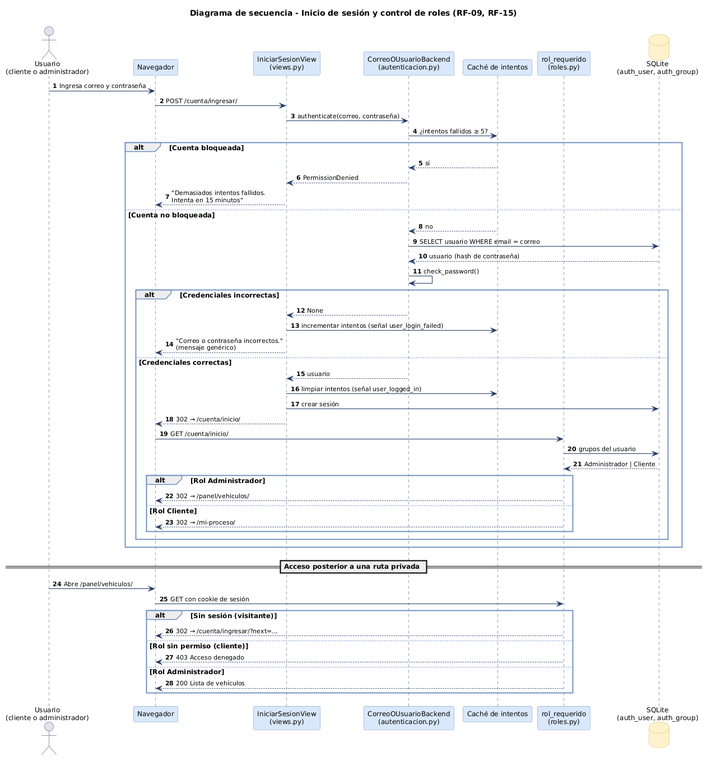
Above: docs/uml/4_secuencia_login_roles.png in N4SL7/duart-studio (PlantUML), before the change.
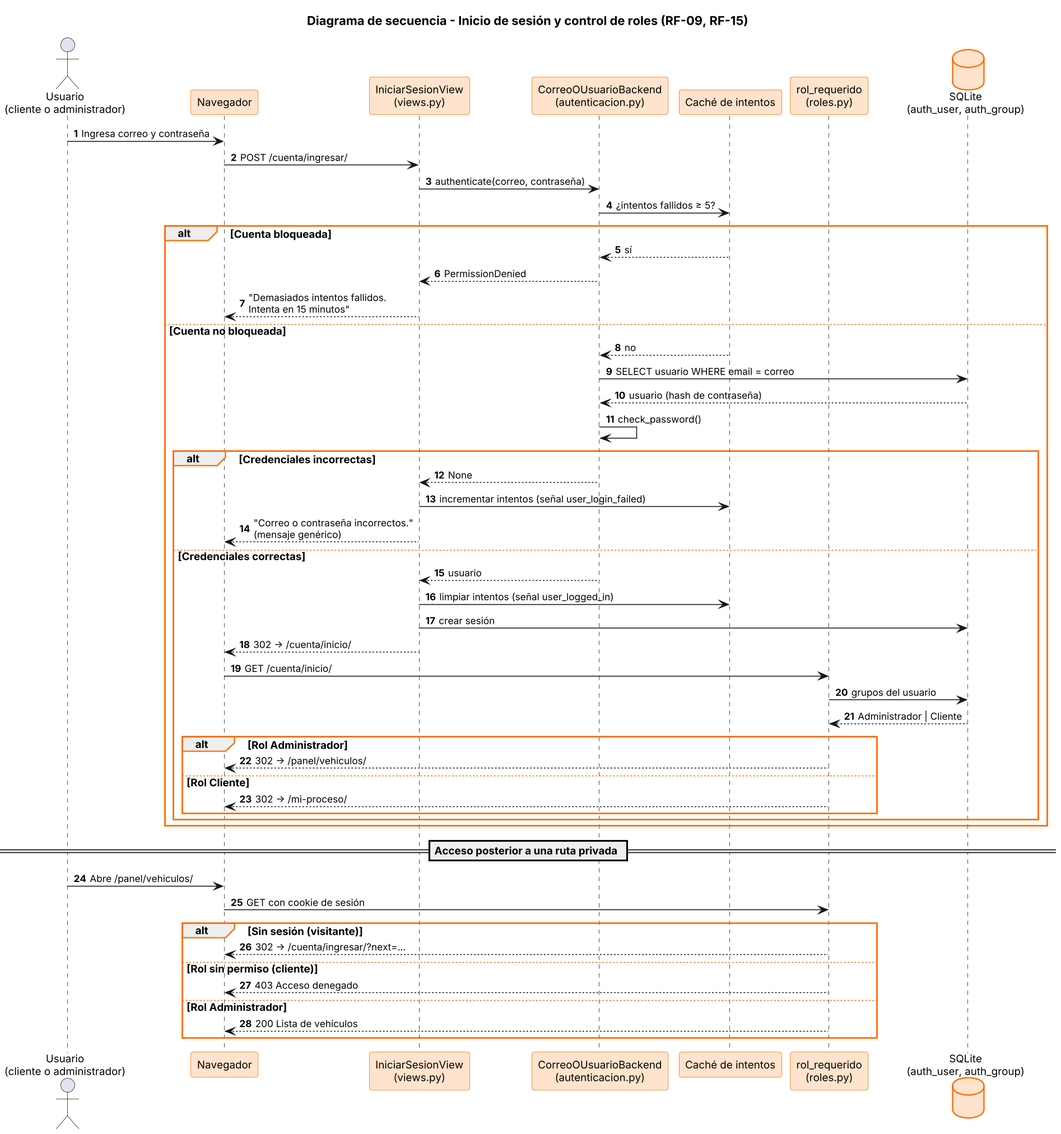
Above is the later version.

What changed in the source:
```diff
@@ -1,46 +1,12 @@
-@startuml
-skinparam defaultFontName Arial
-skinparam defaultFontSize 12
-skinparam shadowing false
-skinparam backgroundColor white
-skinparam ArrowColor #1F3864
-skinparam ArrowFontSize 11
-skinparam usecase {
-  BackgroundColor #DAE8FC
-  BorderColor #6C8EBF
-}
-skinparam actorBorderColor #1F3864
-skinparam rectangle {
-  BorderColor #1F3864
-  BackgroundColor white
-}
-skinparam component {
-  BackgroundColor #DAE8FC
-  BorderColor #6C8EBF
-}
-skinparam node {
-  BackgroundColor #F5F8FD
-  BorderColor #1F3864
-}
-skinparam database {
-  BackgroundColor #FFF2CC
-  BorderColor #D6B656
-}
-skinparam artifact {
-  BackgroundColor white
-  BorderColor #6C8EBF
-}
-skinparam interface {
-  BackgroundColor white
-  BorderColor #1F3864
-}
-
+@startuml secuencia_login_roles
+skinparamlocked dpi 150
+!include style.iuml
 skinparam sequence {
-  ParticipantBackgroundColor #DAE8FC
-  ParticipantBorderColor #6C8EBF
-  LifeLineBorderColor #1F3864
-  ActorBorderColor #1F3864
-  GroupBorderColor #6C8EBF
+  ParticipantBackgroundColor #FFE3CC
+  ParticipantBorderColor #FF6B00
+  LifeLineBorderColor #16171B
+  ActorBorderColor #16171B
+  GroupBorderColor #FF6B00
 }
 autonumber
 title Diagrama de secuencia - Inicio de sesión y control de roles (RF-09, RF-15)
```
